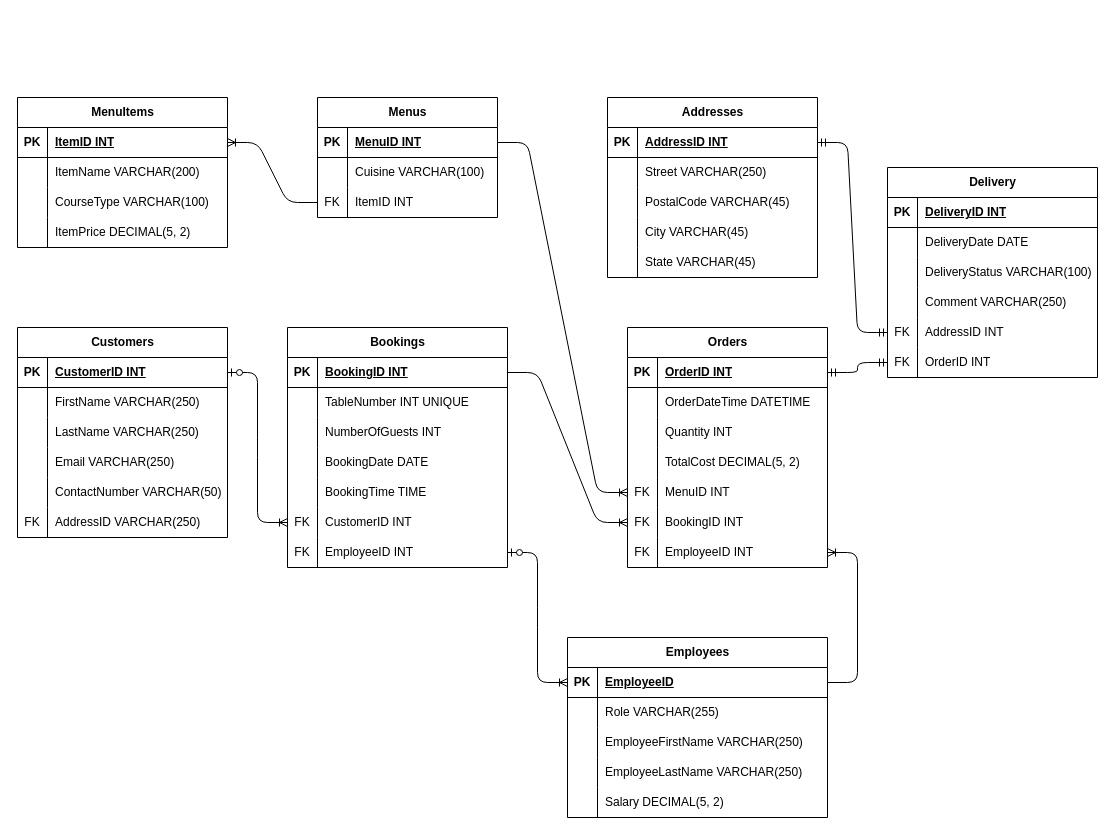
Earlier version of the draw.io diagram erd_data_model.drawio (AzizAghabayli/db-capstone-project). Source tidied: cells renumbered, new cells numbered last; positions are measured from the earlier drawing's top-left corner, leaving out a move shared by most shapes. Both pictures are drawn from the tidied source at 100%, with x=0, y=0 at pixel (17, 97).
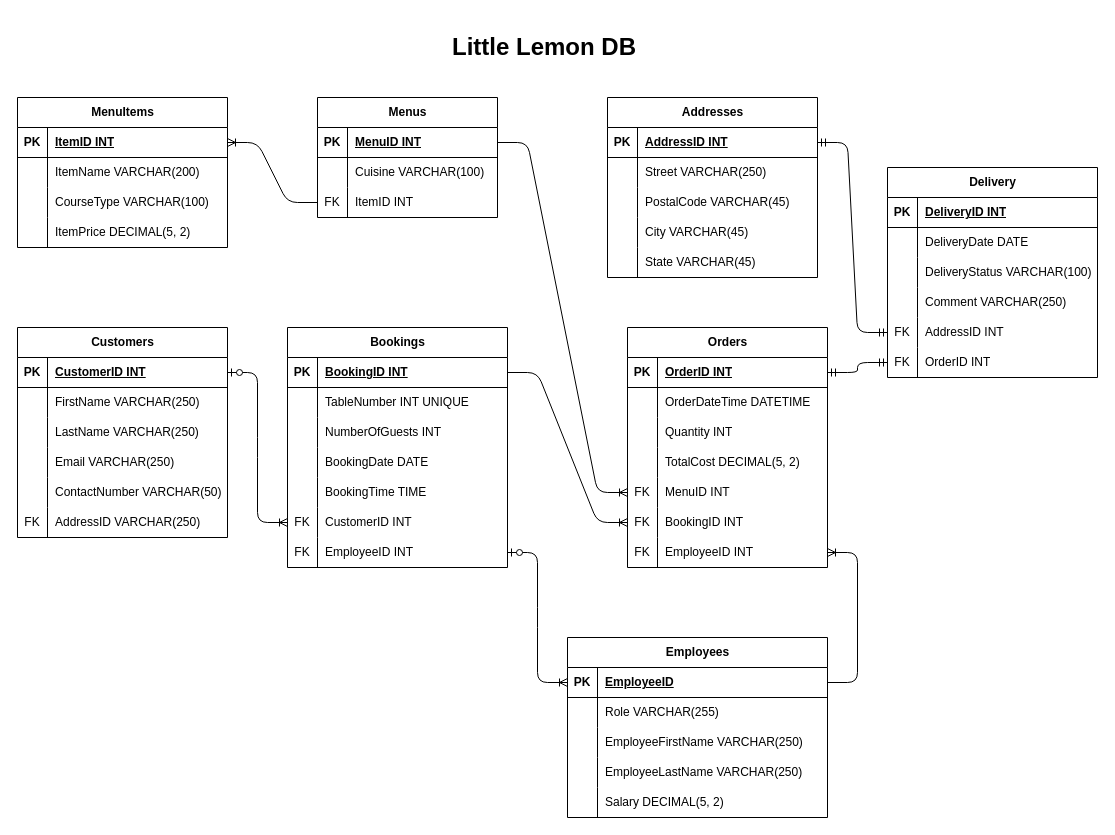
Above is the later version.

Diff of the diagram source:
```diff
@@
+    <mxCell id="147" value="&lt;h1&gt;Little Lemon DB&lt;/h1&gt;" style="text;html=1;strokeColor=none;fillColor=none;spacing=5;spacingTop=-20;whiteSpace=wrap;overflow=hidden;rounded=0;" parent="1" vertex="1">
+      <mxGeometry x="430" y="-70" width="210" height="40" as="geometry" />
+    </mxCell>
```
